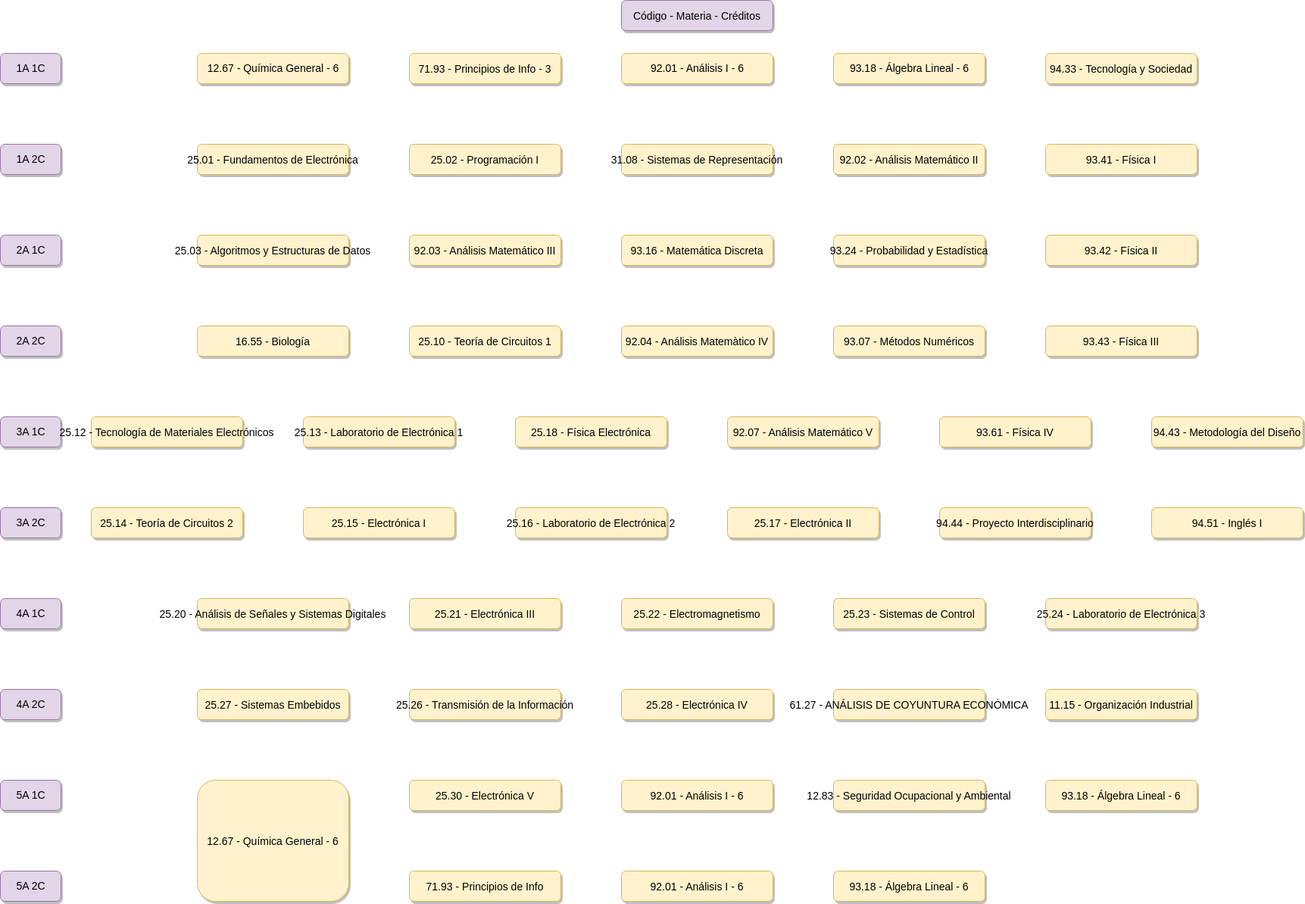
juanipla/K22 keeps this draw.io diagram as K22.drawio.png. Above is the earlier version. Source tidied: cells renumbered, new cells last; positions are measured from the earlier drawing's top-left corner, leaving out a move shared by most shapes.
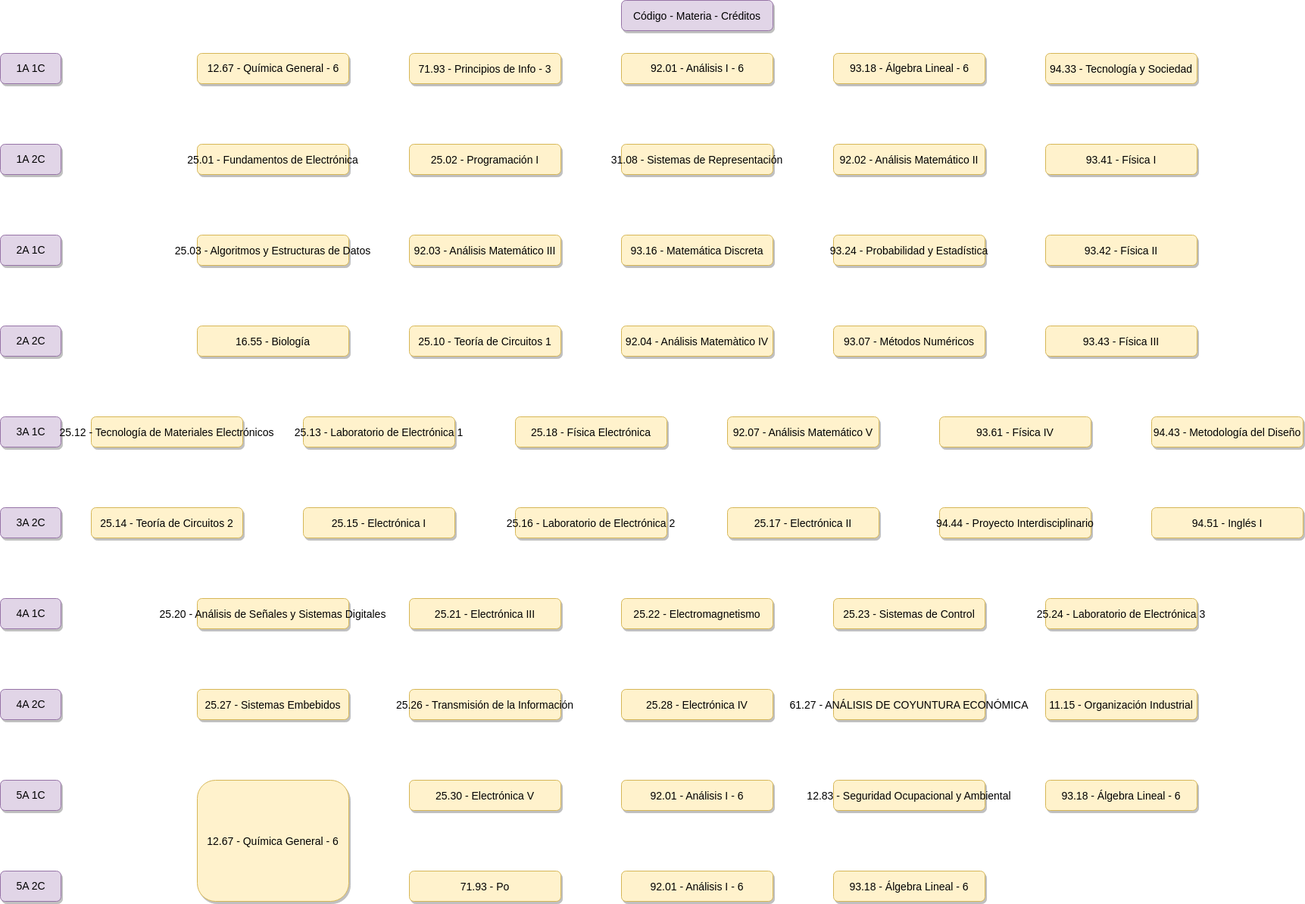
The same file after the commit.

What changed in the source:
```diff
@@ -176,7 +176,7 @@
     <mxCell id="59" value="93.18 - Álgebra Lineal - 6" style="rounded=1;fillColor=#fff2cc;strokeColor=#d6b656;shadow=1;fontStyle=0;fontSize=14;fontColor=default;labelBorderColor=none;labelBackgroundColor=none;verticalAlign=middle;" parent="1" vertex="1">
       <mxGeometry x="1380" y="1030" width="200" height="40" as="geometry" />
     </mxCell>
-    <mxCell id="60" value="71.93 - Principios de Info" style="rounded=1;fillColor=#fff2cc;strokeColor=#d6b656;shadow=1;fontStyle=0;fontSize=14;fontColor=default;labelBorderColor=none;labelBackgroundColor=none;" parent="1" vertex="1">
+    <mxCell id="60" value="71.93 - Po" style="rounded=1;fillColor=#fff2cc;strokeColor=#d6b656;shadow=1;fontStyle=0;fontSize=14;fontColor=default;labelBorderColor=none;labelBackgroundColor=none;" parent="1" vertex="1">
       <mxGeometry x="540" y="1150" width="200" height="40" as="geometry" />
     </mxCell>
     <mxCell id="61" value="92.01 - Análisis I - 6" style="rounded=1;fillColor=#fff2cc;strokeColor=#d6b656;shadow=1;fontStyle=0;fontSize=14;fontColor=default;labelBorderColor=none;labelBackgroundColor=none;verticalAlign=middle;" parent="1" vertex="1">
```
